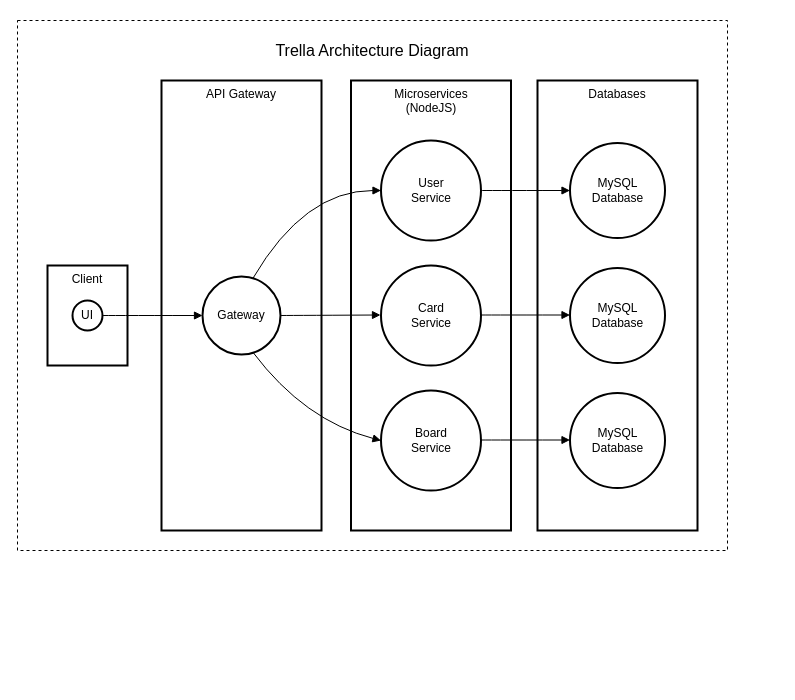
Before: docs/Trella Architecture Diagram.drawio in odilonv/Trella, a draw.io diagram. Source tidied: cells renumbered, new cells numbered last; positions are measured from the earlier drawing's top-left corner, leaving out a move shared by most shapes. Both pictures are drawn from the tidied source at 100%, with x=0, y=0 at pixel (17, 20).
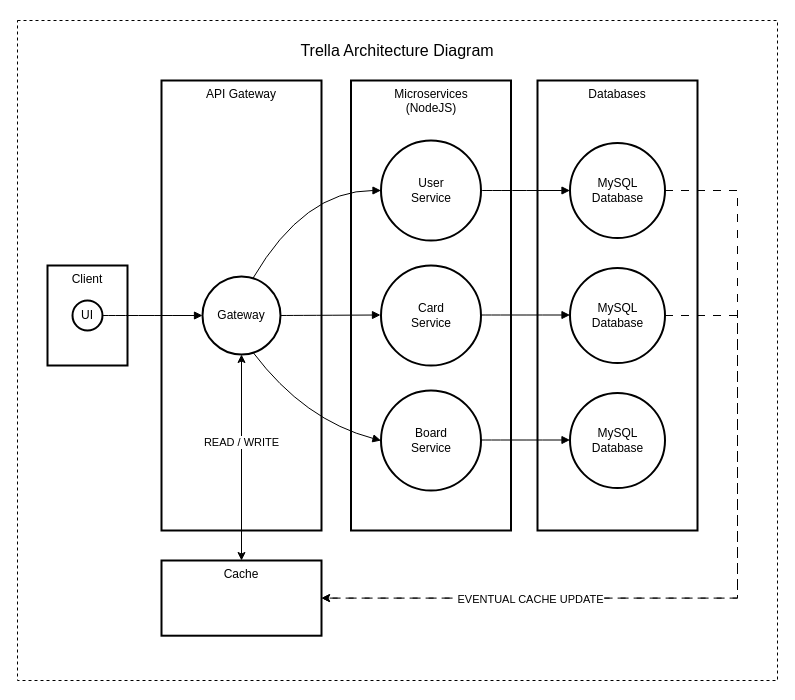
The same diagram, later.

Commit message:
maj trella diagram with cache

Unchanged cells that the change refers to:
```xml
<mxCell id="10" value="MySQL&#10;Database" style="ellipse;strokeWidth=2;whiteSpace=wrap;" parent="1" vertex="1">
  <mxGeometry x="552.5" y="122.5" width="95" height="95" as="geometry" />
</mxCell>
<mxCell id="13" value="Gateway" style="ellipse;strokeWidth=2;whiteSpace=wrap;" parent="1" vertex="1">
  <mxGeometry x="185" y="256" width="78" height="78" as="geometry" />
</mxCell>
<mxCell id="18" value="MySQL&#10;Database" style="ellipse;strokeWidth=2;whiteSpace=wrap;" parent="1" vertex="1">
  <mxGeometry x="552.5" y="247.5" width="95" height="95" as="geometry" />
</mxCell>
```

What changed in the source:
```diff
@@
-    <mxCell id="2" value="&lt;h1&gt;&lt;font style=&quot;font-size: 16px; font-weight: normal;&quot;&gt;Trella Architecture Diagram&lt;/font&gt;&lt;/h1&gt;&lt;div&gt;&lt;br&gt;&lt;/div&gt;&lt;div&gt;&lt;br&gt;&lt;/div&gt;&lt;div&gt;&lt;br&gt;&lt;/div&gt;&lt;div&gt;&lt;br&gt;&lt;/div&gt;&lt;div&gt;&lt;br&gt;&lt;/div&gt;&lt;div&gt;&lt;br&gt;&lt;/div&gt;&lt;div&gt;&lt;br&gt;&lt;/div&gt;&lt;div&gt;&lt;br&gt;&lt;/div&gt;&lt;div&gt;&lt;br&gt;&lt;/div&gt;&lt;div&gt;&lt;br&gt;&lt;/div&gt;&lt;div&gt;&lt;br&gt;&lt;/div&gt;&lt;div&gt;&lt;br&gt;&lt;/div&gt;&lt;div&gt;&lt;br&gt;&lt;/div&gt;&lt;div&gt;&lt;br&gt;&lt;/div&gt;&lt;div&gt;&lt;br&gt;&lt;/div&gt;&lt;div&gt;&lt;br&gt;&lt;/div&gt;&lt;div&gt;&lt;br&gt;&lt;/div&gt;&lt;div&gt;&lt;br&gt;&lt;/div&gt;&lt;div&gt;&lt;br&gt;&lt;/div&gt;&lt;div&gt;&lt;br&gt;&lt;/div&gt;&lt;div&gt;&lt;br&gt;&lt;/div&gt;&lt;div&gt;&lt;br&gt;&lt;/div&gt;&lt;div&gt;&lt;br&gt;&lt;/div&gt;&lt;div&gt;&lt;br&gt;&lt;/div&gt;&lt;div&gt;&lt;br&gt;&lt;/div&gt;&lt;div&gt;&lt;br&gt;&lt;/div&gt;&lt;div&gt;&lt;br&gt;&lt;/div&gt;&lt;div&gt;&lt;br&gt;&lt;/div&gt;&lt;div&gt;&lt;br&gt;&lt;/div&gt;&lt;div&gt;&lt;br&gt;&lt;/div&gt;&lt;div&gt;&lt;br&gt;&lt;/div&gt;&lt;div&gt;&lt;br&gt;&lt;/div&gt;&lt;div&gt;&lt;br&gt;&lt;/div&gt;" style="rounded=0;whiteSpace=wrap;html=1;fillColor=none;dashed=1;" parent="1" vertex="1">
-      <mxGeometry width="710" height="530" as="geometry" />
+    <mxCell id="2" value="&lt;h1&gt;&lt;font style=&quot;font-size: 16px; font-weight: normal;&quot;&gt;Trella Architecture Diagram&lt;/font&gt;&lt;/h1&gt;&lt;div&gt;&lt;br&gt;&lt;/div&gt;&lt;div&gt;&lt;br&gt;&lt;/div&gt;&lt;div&gt;&lt;br&gt;&lt;/div&gt;&lt;div&gt;&lt;br&gt;&lt;/div&gt;&lt;div&gt;&lt;br&gt;&lt;/div&gt;&lt;div&gt;&lt;br&gt;&lt;/div&gt;&lt;div&gt;&lt;br&gt;&lt;/div&gt;&lt;div&gt;&lt;br&gt;&lt;/div&gt;&lt;div&gt;&lt;br&gt;&lt;/div&gt;&lt;div&gt;&lt;br&gt;&lt;/div&gt;&lt;div&gt;&lt;br&gt;&lt;/div&gt;&lt;div&gt;&lt;br&gt;&lt;/div&gt;&lt;div&gt;&lt;br&gt;&lt;/div&gt;&lt;div&gt;&lt;br&gt;&lt;/div&gt;&lt;div&gt;&lt;br&gt;&lt;/div&gt;&lt;div&gt;&lt;br&gt;&lt;/div&gt;&lt;div&gt;&lt;br&gt;&lt;/div&gt;&lt;div&gt;&lt;br&gt;&lt;/div&gt;&lt;div&gt;&lt;br&gt;&lt;/div&gt;&lt;div&gt;&lt;br&gt;&lt;/div&gt;&lt;div&gt;&lt;br&gt;&lt;/div&gt;&lt;div&gt;&lt;br&gt;&lt;/div&gt;&lt;div&gt;&lt;br&gt;&lt;/div&gt;&lt;div&gt;&lt;br&gt;&lt;/div&gt;&lt;div&gt;&lt;br&gt;&lt;/div&gt;&lt;div&gt;&lt;br&gt;&lt;/div&gt;&lt;div&gt;&lt;br&gt;&lt;/div&gt;&lt;div&gt;&lt;br&gt;&lt;/div&gt;&lt;div&gt;&lt;br&gt;&lt;/div&gt;&lt;div&gt;&lt;br&gt;&lt;/div&gt;&lt;div&gt;&lt;br&gt;&lt;/div&gt;&lt;div&gt;&lt;br&gt;&lt;/div&gt;&lt;div&gt;&lt;br&gt;&lt;/div&gt;&lt;div&gt;&lt;br&gt;&lt;/div&gt;&lt;div&gt;&lt;br&gt;&lt;/div&gt;&lt;div&gt;&lt;br&gt;&lt;/div&gt;&lt;div&gt;&lt;br&gt;&lt;/div&gt;&lt;div&gt;&lt;br&gt;&lt;/div&gt;&lt;div&gt;&lt;br&gt;&lt;/div&gt;&lt;div&gt;&lt;br&gt;&lt;/div&gt;&lt;div&gt;&lt;br&gt;&lt;/div&gt;&lt;div&gt;&lt;br&gt;&lt;/div&gt;" style="rounded=0;whiteSpace=wrap;html=1;fillColor=none;dashed=1;" parent="1" vertex="1">
+      <mxGeometry width="760" height="660" as="geometry" />
     </mxCell>
@@
+    <mxCell id="22" style="edgeStyle=orthogonalEdgeStyle;rounded=0;jettySize=auto;html=1;exitX=1;exitY=0.5;exitDx=0;exitDy=0;entryX=1;entryY=0.5;entryDx=0;entryDy=0;dashed=1;dashPattern=8 8;" parent="1" edge="1" source="10" target="27">
+      <mxGeometry relative="1" as="geometry">
+        <Array as="points">
+          <mxPoint x="720" y="170" />
+          <mxPoint x="720" y="578" />
+        </Array>
+      </mxGeometry>
+    </mxCell>
@@
+    <mxCell id="23" style="edgeStyle=orthogonalEdgeStyle;rounded=0;jettySize=auto;html=1;exitX=0.5;exitY=1;exitDx=0;exitDy=0;entryX=0.5;entryY=0;entryDx=0;entryDy=0;startArrow=classic;startFill=1;" parent="1" edge="1" source="13" target="27">
+      <mxGeometry relative="1" as="geometry" />
+    </mxCell>
+    <mxCell id="24" value="READ / WRITE" style="edgeLabel;html=1;align=center;verticalAlign=middle;" parent="23" vertex="1">
+      <mxGeometry x="-0.16" y="-1" relative="1" as="geometry" />
+    </mxCell>
@@
+    <mxCell id="25" style="edgeStyle=orthogonalEdgeStyle;rounded=0;jettySize=auto;html=1;exitX=1;exitY=0.5;exitDx=0;exitDy=0;entryX=1;entryY=0.5;entryDx=0;entryDy=0;dashed=1;dashPattern=8 8;" parent="1" edge="1" source="18" target="27">
+      <mxGeometry relative="1" as="geometry">
+        <Array as="points">
+          <mxPoint x="720" y="295" />
+          <mxPoint x="720" y="578" />
+        </Array>
+      </mxGeometry>
+    </mxCell>
+    <mxCell id="26" value="EVENTUAL CACHE UPDATE" style="edgeLabel;html=1;align=center;verticalAlign=middle;" parent="25" vertex="1">
+      <mxGeometry x="0.46" y="1" relative="1" as="geometry" />
+    </mxCell>
@@
+    <mxCell id="27" value="Cache" style="whiteSpace=wrap;strokeWidth=2;verticalAlign=top;" parent="1" vertex="1">
+      <mxGeometry x="144" y="540" width="160" height="75.2" as="geometry" />
+    </mxCell>
```
